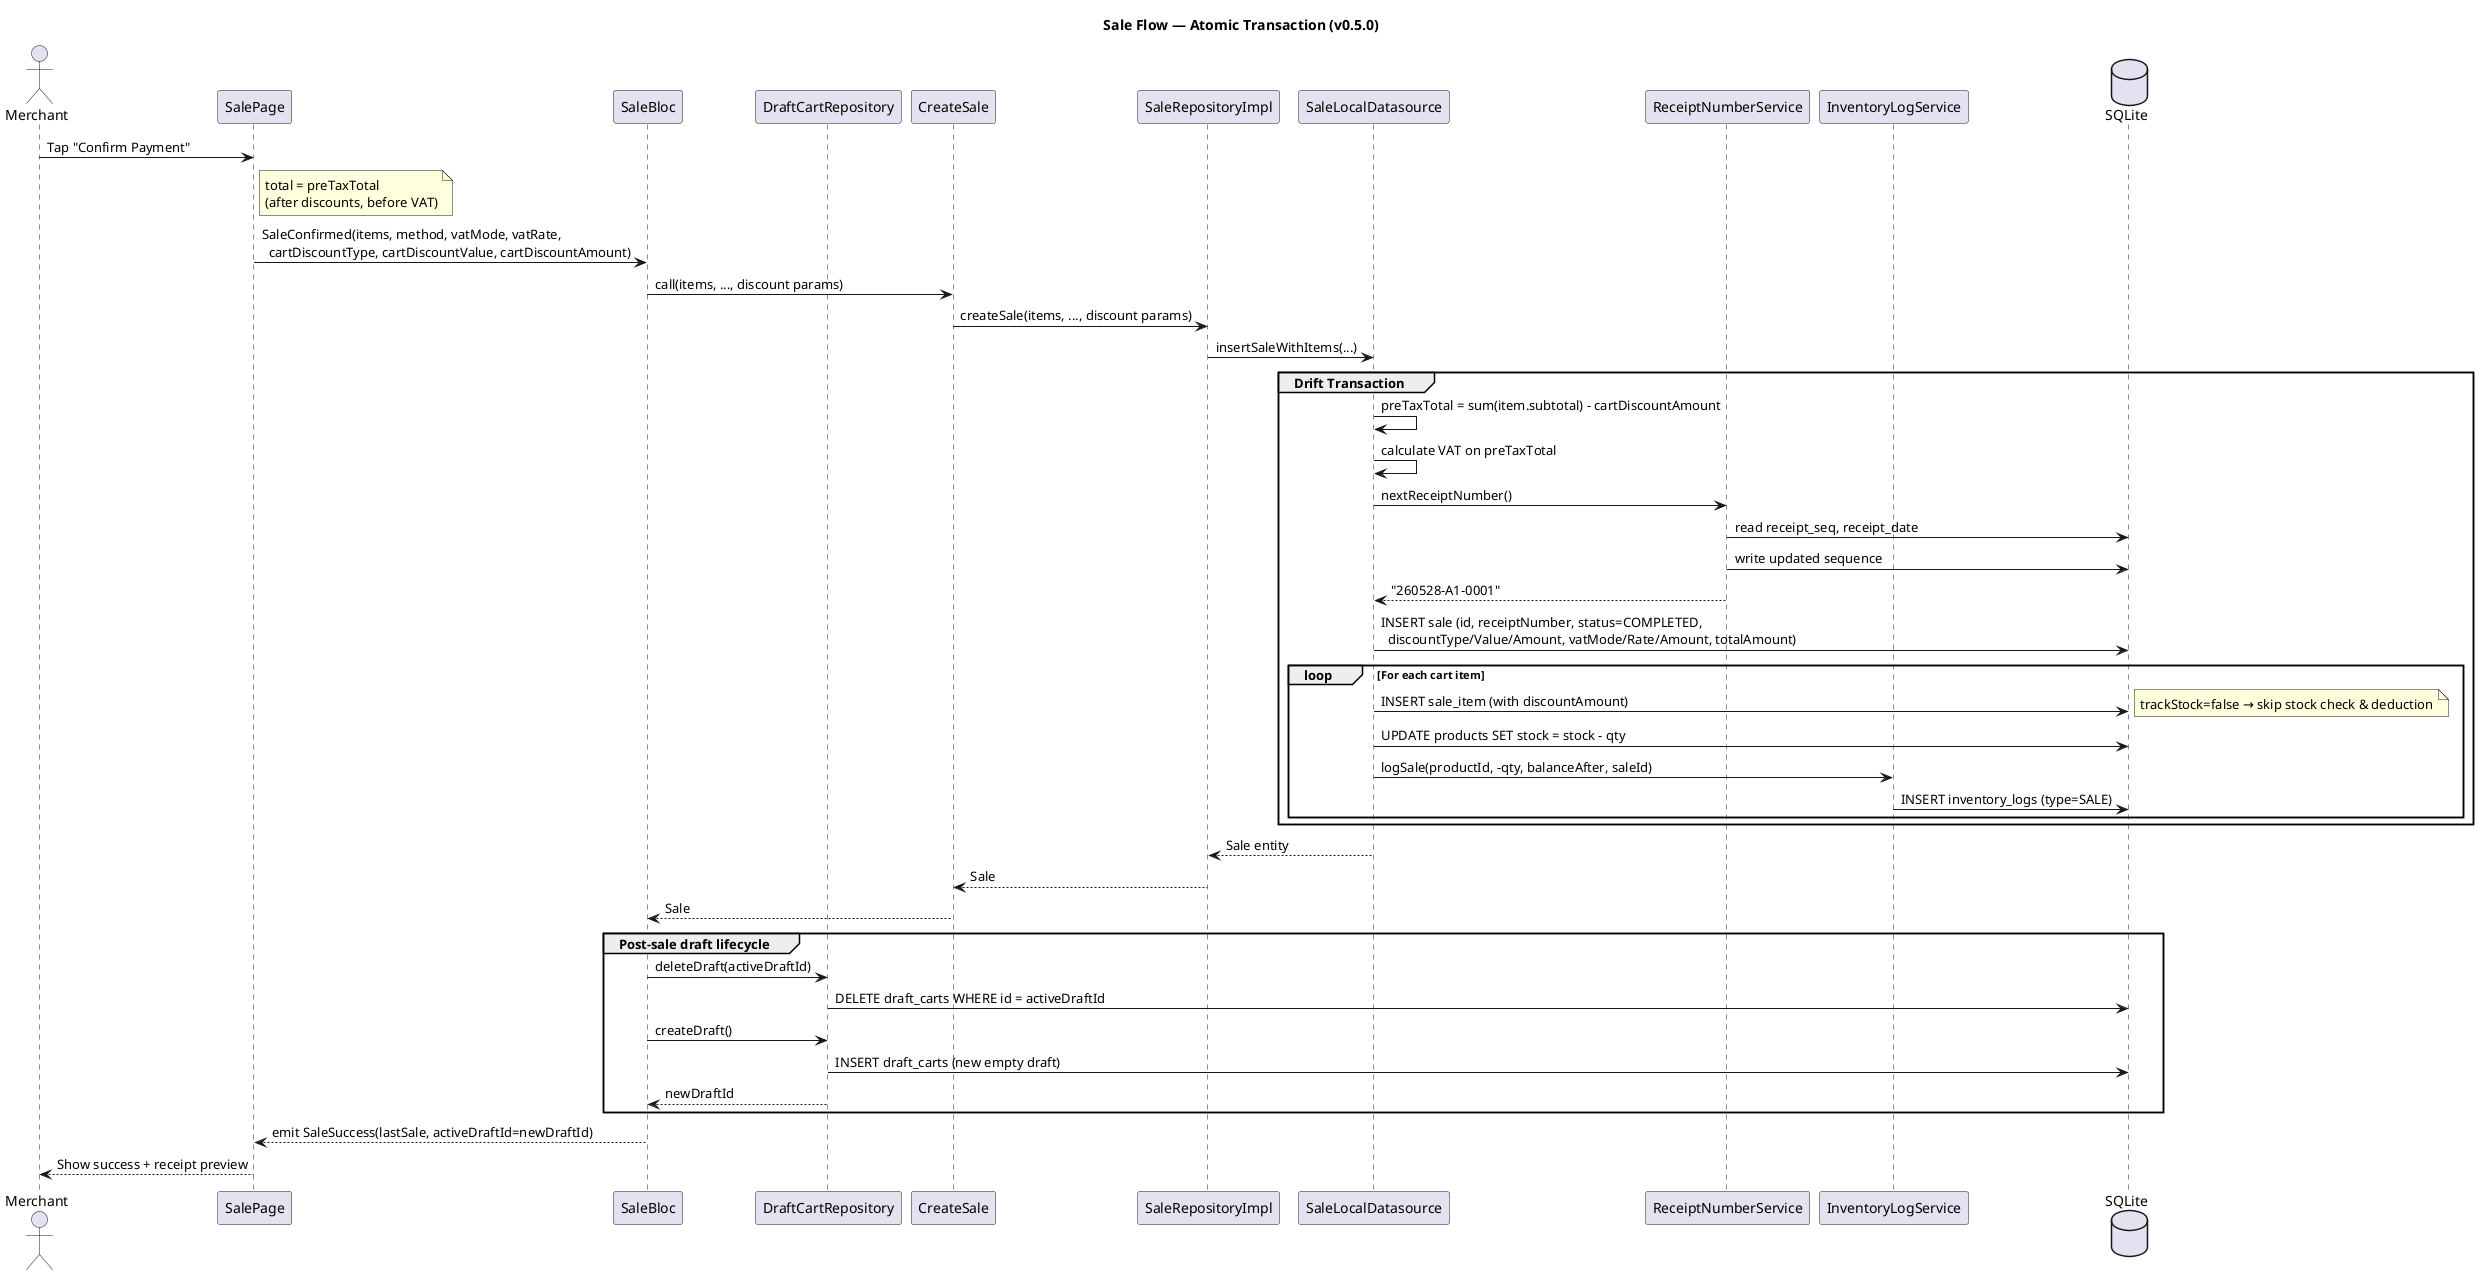
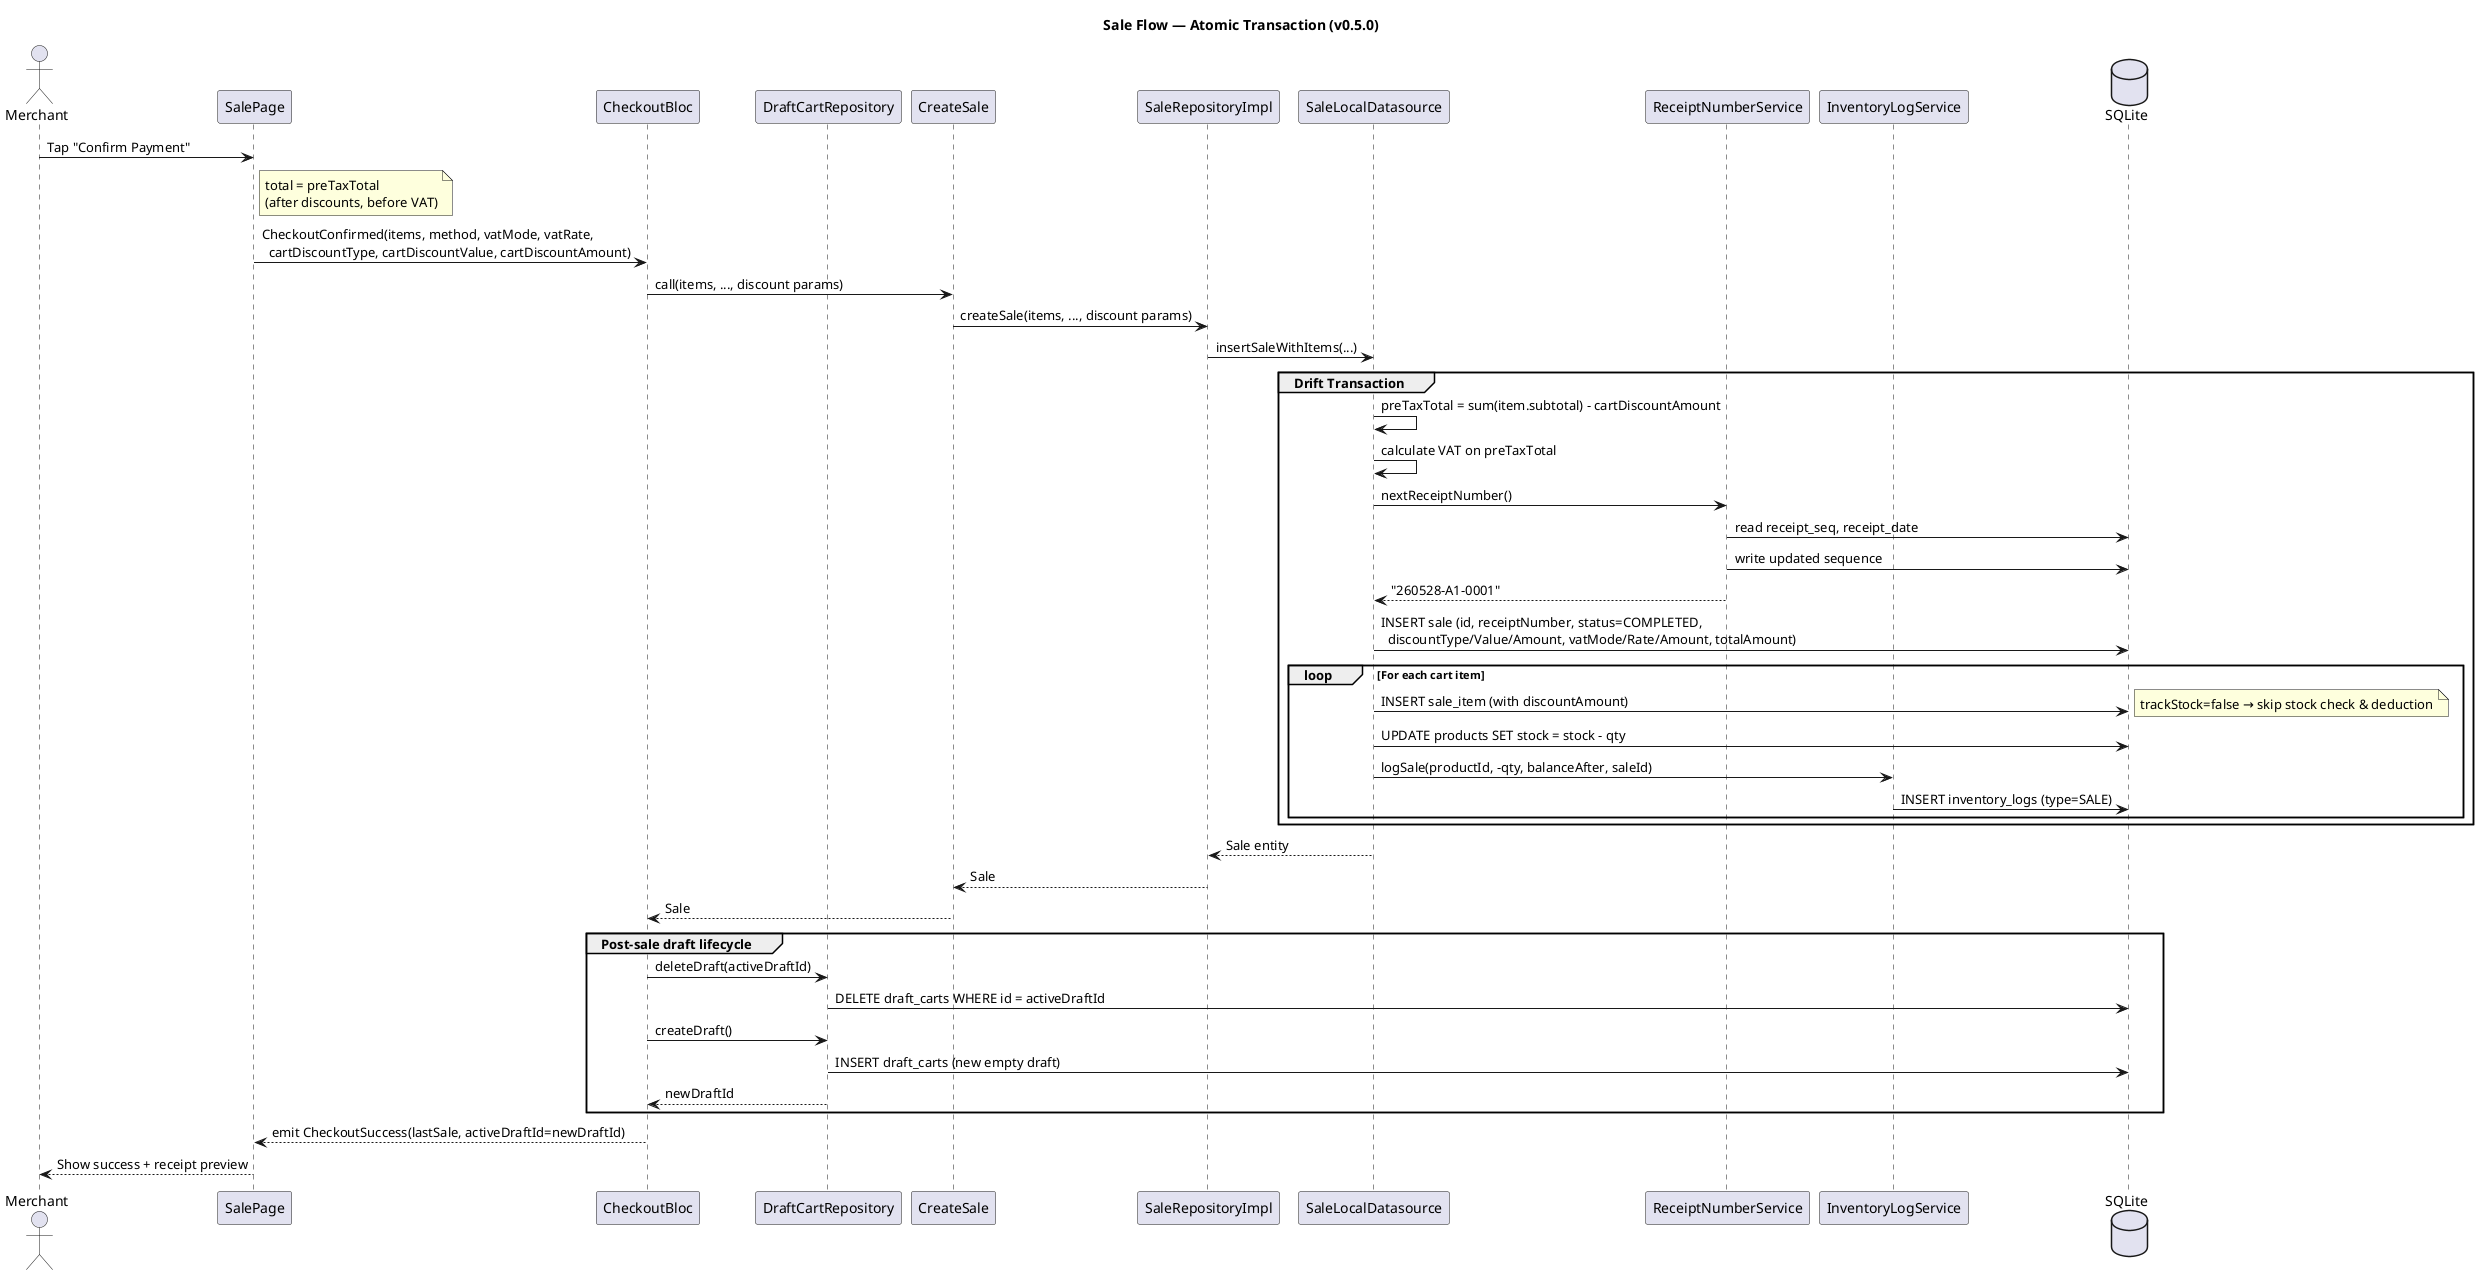
@startuml Sequence_Sale
title Sale Flow — Atomic Transaction (v0.5.0)

actor Merchant
participant "SalePage" as UI
- participant "SaleBloc" as Bloc
+ participant "CheckoutBloc" as Bloc
participant "DraftCartRepository" as DraftRepo
participant "CreateSale" as UC
participant "SaleRepositoryImpl" as Repo
participant "SaleLocalDatasource" as DS
participant "ReceiptNumberService" as RNS
participant "InventoryLogService" as ILS
database "SQLite" as DB

Merchant -> UI: Tap "Confirm Payment"
note right of UI: total = preTaxTotal\n(after discounts, before VAT)
- UI -> Bloc: SaleConfirmed(items, method, vatMode, vatRate,\n  cartDiscountType, cartDiscountValue, cartDiscountAmount)
+ UI -> Bloc: CheckoutConfirmed(items, method, vatMode, vatRate,\n  cartDiscountType, cartDiscountValue, cartDiscountAmount)
Bloc -> UC: call(items, ..., discount params)
UC -> Repo: createSale(items, ..., discount params)
Repo -> DS: insertSaleWithItems(...)

group Drift Transaction
    DS -> DS: preTaxTotal = sum(item.subtotal) - cartDiscountAmount
    DS -> DS: calculate VAT on preTaxTotal

    DS -> RNS: nextReceiptNumber()
    RNS -> DB: read receipt_seq, receipt_date
    RNS -> DB: write updated sequence
    RNS --> DS: "260528-A1-0001"

    DS -> DB: INSERT sale (id, receiptNumber, status=COMPLETED,\n  discountType/Value/Amount, vatMode/Rate/Amount, totalAmount)

    loop For each cart item
        DS -> DB: INSERT sale_item (with discountAmount)
        note right: trackStock=false → skip stock check & deduction
        DS -> DB: UPDATE products SET stock = stock - qty
        DS -> ILS: logSale(productId, -qty, balanceAfter, saleId)
        ILS -> DB: INSERT inventory_logs (type=SALE)
    end
end

DS --> Repo: Sale entity
Repo --> UC: Sale
UC --> Bloc: Sale

group Post-sale draft lifecycle
    Bloc -> DraftRepo: deleteDraft(activeDraftId)
    DraftRepo -> DB: DELETE draft_carts WHERE id = activeDraftId
    Bloc -> DraftRepo: createDraft()
    DraftRepo -> DB: INSERT draft_carts (new empty draft)
    DraftRepo --> Bloc: newDraftId
end

- Bloc --> UI: emit SaleSuccess(lastSale, activeDraftId=newDraftId)
+ Bloc --> UI: emit CheckoutSuccess(lastSale, activeDraftId=newDraftId)
UI --> Merchant: Show success + receipt preview

@enduml
